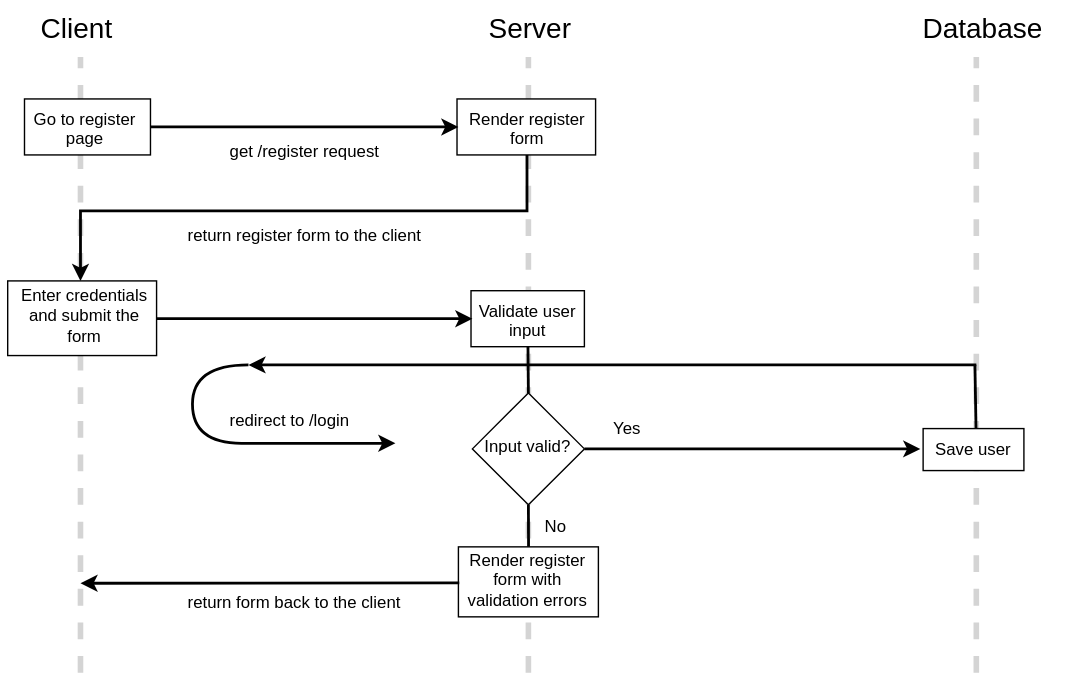
Above: tutorial/chapter-05/Registration Flow.svg in aliaksandr-s/prototyping-with-clojure (draw.io), before the change. Source tidied: cells renumbered, new cells last; positions are measured from the earlier drawing's top-left corner, leaving out a move shared by most shapes.
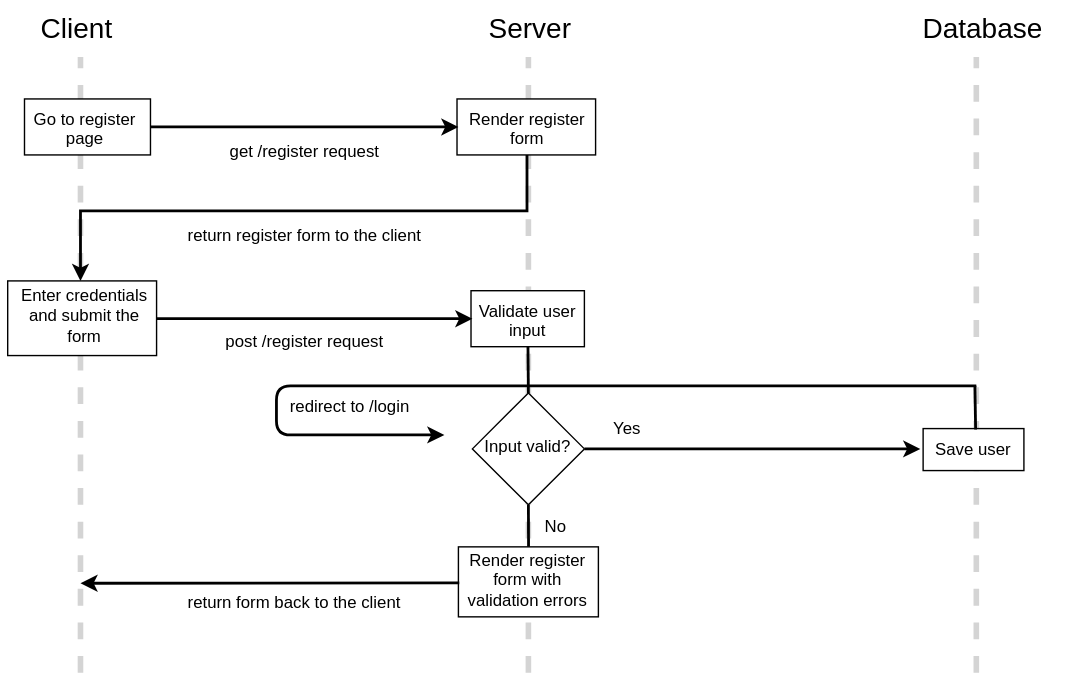
Above is the later version.

Change to the diagram source:
```diff
@@ -140,30 +140,27 @@
     <mxCell id="39" value="Yes" style="text;html=1;align=left;verticalAlign=top;spacingTop=-4;fontSize=12;" parent="1" vertex="1">
       <mxGeometry x="431" y="291" width="30" height="10" as="geometry" />
     </mxCell>
-    <mxCell id="40" style="endArrow=classic;html=1;strokeWidth=2;fontSize=12;" parent="1" edge="1">
-      <mxGeometry relative="1" as="geometry">
-        <mxPoint x="692" y="255" as="sourcePoint" />
-        <mxPoint x="172" y="255" as="targetPoint" />
-      </mxGeometry>
+    <mxCell id="40" value="redirect to /login" style="text;html=1;align=left;verticalAlign=top;spacingTop=-4;fontSize=12;" parent="1" vertex="1">
+      <mxGeometry x="200" y="275" width="100" height="10" as="geometry" />
     </mxCell>
-    <mxCell id="41" style="curved=1;endArrow=classic;html=1;strokeWidth=2;fontSize=12;" parent="1" edge="1">
-      <mxGeometry relative="1" as="geometry">
-        <mxPoint x="172" y="255" as="sourcePoint" />
-        <mxPoint x="277" y="311" as="targetPoint" />
-        <Array as="points">
-          <mxPoint x="132" y="255" />
-          <mxPoint x="132" y="311" />
-          <mxPoint x="202" y="311" />
-        </Array>
-      </mxGeometry>
+    <mxCell id="41" value="post /register request" style="text;html=1;fontSize=12;" parent="1" vertex="1">
+      <mxGeometry x="153.5" y="225" width="130" height="30" as="geometry" />
     </mxCell>
-    <mxCell id="42" style="endArrow=none;html=1;strokeWidth=2;fontSize=12;exitX=0.525;exitY=0.003;exitDx=0;exitDy=0;exitPerimeter=0;" parent="1" edge="1" source="37">
+    <mxCell id="42" style="endArrow=classic;html=1;strokeWidth=2;fontSize=12;edgeStyle=orthogonalEdgeStyle;elbow=vertical;" parent="1" edge="1">
       <mxGeometry relative="1" as="geometry">
-        <mxPoint x="691" y="255" as="targetPoint" />
+        <mxPoint x="692" y="270" as="sourcePoint" />
+        <mxPoint x="312" y="305" as="targetPoint" />
+        <Array as="points">
+          <mxPoint x="192" y="270" />
+          <mxPoint x="192" y="305" />
+          <mxPoint x="302" y="305" />
+        </Array>
       </mxGeometry>
     </mxCell>
-    <mxCell id="43" value="redirect to /login" style="text;html=1;align=left;verticalAlign=top;spacingTop=-4;fontSize=12;" parent="1" vertex="1">
-      <mxGeometry x="157" y="285" width="100" height="10" as="geometry" />
+    <mxCell id="43" style="endArrow=none;html=1;strokeWidth=2;fontSize=12;exitX=0.521;exitY=0.02;exitDx=0;exitDy=0;exitPerimeter=0;" parent="1" edge="1" source="37">
+      <mxGeometry relative="1" as="geometry">
+        <mxPoint x="691" y="270" as="targetPoint" />
+      </mxGeometry>
     </mxCell>
   </root>
 </mxGraphModel>
```
